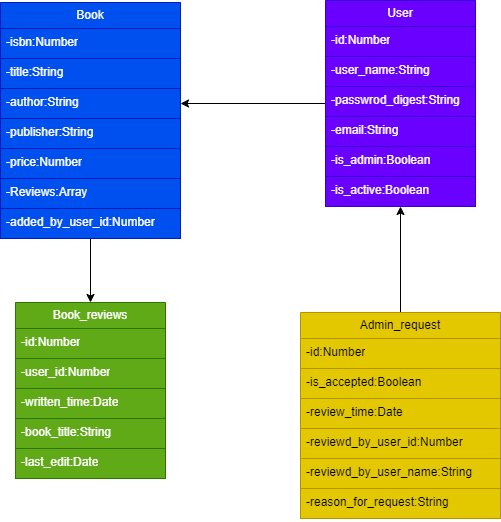
Earlier version of the draw.io export images/Books_Builds_Minds-UML_Diagram.drawio.png (HussainALAradi5/books_builds_minds). Source tidied: cells renumbered, new cells last; positions are measured from the earlier drawing's top-left corner, leaving out a move shared by most shapes.
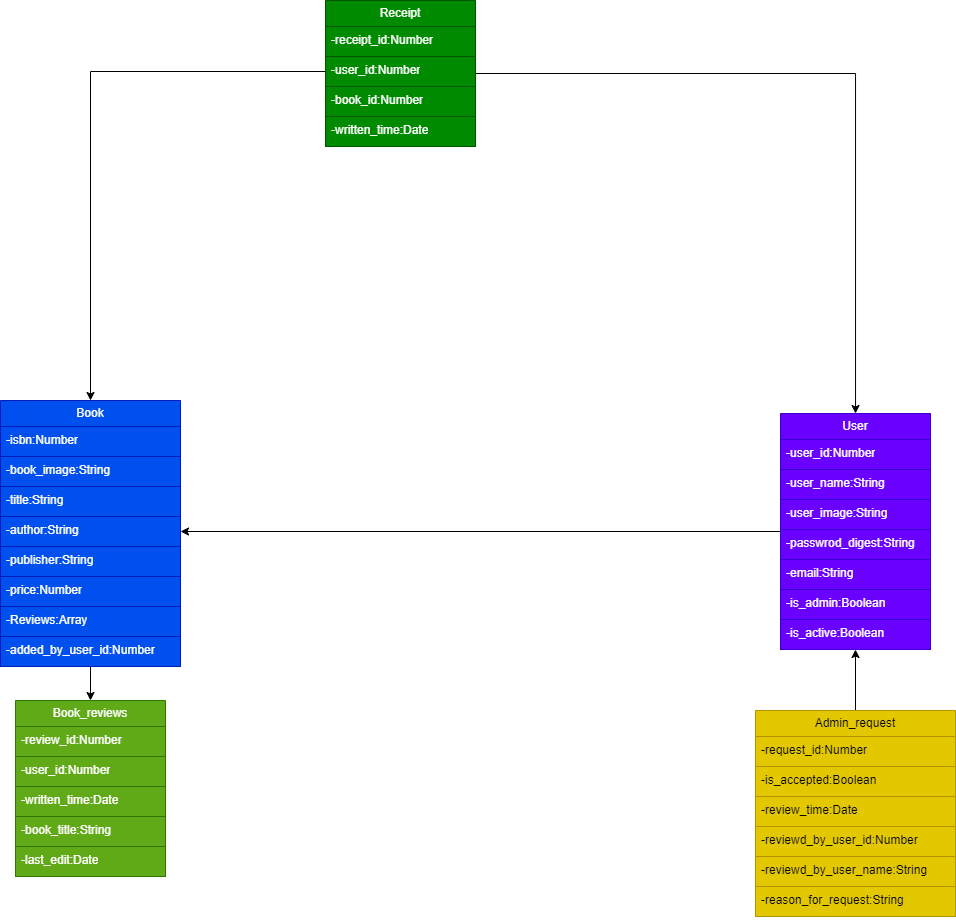
After the change.

Commit message:
some minor changes to the skelton of the server and some minor tweak to the diagrams

Change to the diagram source:
```diff
@@ -6,57 +6,63 @@
       <mxGeometry relative="1" as="geometry" />
     </mxCell>
     <mxCell id="3" value="User" style="swimlane;fontStyle=0;horizontal=1;startSize=26;fillColor=#6a00ff;whiteSpace=wrap;html=1;fontColor=#ffffff;strokeColor=#3700CC;" parent="1" vertex="1">
-      <mxGeometry x="325" width="150" height="206" as="geometry" />
+      <mxGeometry x="780" y="15" width="150" height="236" as="geometry" />
     </mxCell>
-    <mxCell id="4" value="-id:Number" style="text;strokeColor=#3700CC;fillColor=#6a00ff;align=left;verticalAlign=top;spacingLeft=4;spacingRight=4;overflow=hidden;whiteSpace=wrap;html=1;fontColor=#ffffff;" parent="3" vertex="1">
+    <mxCell id="4" value="-user_id:Number" style="text;strokeColor=#3700CC;fillColor=#6a00ff;align=left;verticalAlign=top;spacingLeft=4;spacingRight=4;overflow=hidden;whiteSpace=wrap;html=1;fontColor=#ffffff;" parent="3" vertex="1">
       <mxGeometry y="26" width="150" height="30" as="geometry" />
     </mxCell>
     <mxCell id="5" value="-user_name:String" style="text;strokeColor=#3700CC;fillColor=#6a00ff;align=left;verticalAlign=top;spacingLeft=4;spacingRight=4;overflow=hidden;whiteSpace=wrap;html=1;fontColor=#ffffff;" parent="3" vertex="1">
       <mxGeometry y="56" width="150" height="30" as="geometry" />
     </mxCell>
+    <mxCell id="33" value="-user_image:String" style="text;strokeColor=#3700CC;fillColor=#6a00ff;align=left;verticalAlign=top;spacingLeft=4;spacingRight=4;overflow=hidden;whiteSpace=wrap;html=1;fontColor=#ffffff;" parent="3" vertex="1">
+      <mxGeometry y="86" width="150" height="30" as="geometry" />
+    </mxCell>
     <mxCell id="6" value="-passwrod_digest:String" style="text;strokeColor=#3700CC;fillColor=#6a00ff;align=left;verticalAlign=top;spacingLeft=4;spacingRight=4;overflow=hidden;whiteSpace=wrap;html=1;fontColor=#ffffff;" parent="3" vertex="1">
-      <mxGeometry y="86" width="150" height="30" as="geometry" />
+      <mxGeometry y="116" width="150" height="30" as="geometry" />
     </mxCell>
     <mxCell id="7" value="-email:String" style="text;strokeColor=#3700CC;fillColor=#6a00ff;align=left;verticalAlign=top;spacingLeft=4;spacingRight=4;overflow=hidden;whiteSpace=wrap;html=1;fontColor=#ffffff;" parent="3" vertex="1">
-      <mxGeometry y="116" width="150" height="30" as="geometry" />
+      <mxGeometry y="146" width="150" height="30" as="geometry" />
     </mxCell>
     <mxCell id="8" value="-is_admin:Boolean" style="text;strokeColor=#3700CC;fillColor=#6a00ff;align=left;verticalAlign=top;spacingLeft=4;spacingRight=4;overflow=hidden;whiteSpace=wrap;html=1;fontColor=#ffffff;" parent="3" vertex="1">
-      <mxGeometry y="146" width="150" height="30" as="geometry" />
+      <mxGeometry y="176" width="150" height="30" as="geometry" />
     </mxCell>
     <mxCell id="9" value="-is_active:Boolean" style="text;strokeColor=#3700CC;fillColor=#6a00ff;align=left;verticalAlign=top;spacingLeft=4;spacingRight=4;overflow=hidden;whiteSpace=wrap;html=1;fontColor=#ffffff;" parent="3" vertex="1">
-      <mxGeometry y="176" width="150" height="30" as="geometry" />
+      <mxGeometry y="206" width="150" height="30" as="geometry" />
     </mxCell>
     <mxCell id="10" style="edgeStyle=orthogonalEdgeStyle;rounded=0;jettySize=auto;html=1;entryX=0.5;entryY=0;entryDx=0;entryDy=0;" parent="1" edge="1" source="11" target="19">
       <mxGeometry relative="1" as="geometry" />
     </mxCell>
     <mxCell id="11" value="Book" style="swimlane;fontStyle=0;horizontal=1;startSize=26;fillColor=#0050ef;whiteSpace=wrap;html=1;fontColor=#ffffff;strokeColor=#001DBC;" parent="1" vertex="1">
-      <mxGeometry y="2" width="180" height="236" as="geometry" />
+      <mxGeometry y="2" width="180" height="266" as="geometry" />
     </mxCell>
     <mxCell id="12" value="-isbn:Number" style="text;strokeColor=#001DBC;fillColor=#0050ef;align=left;verticalAlign=top;spacingLeft=4;spacingRight=4;overflow=hidden;whiteSpace=wrap;html=1;fontColor=#ffffff;" parent="11" vertex="1">
       <mxGeometry y="26" width="180" height="30" as="geometry" />
     </mxCell>
+    <mxCell id="34" value="-book_image:String" style="text;strokeColor=#001DBC;fillColor=#0050ef;align=left;verticalAlign=top;spacingLeft=4;spacingRight=4;overflow=hidden;whiteSpace=wrap;html=1;fontColor=#ffffff;" parent="11" vertex="1">
+      <mxGeometry y="56" width="180" height="30" as="geometry" />
+    </mxCell>
     <mxCell id="13" value="-title:String" style="text;strokeColor=#001DBC;fillColor=#0050ef;align=left;verticalAlign=top;spacingLeft=4;spacingRight=4;overflow=hidden;whiteSpace=wrap;html=1;fontColor=#ffffff;" parent="11" vertex="1">
-      <mxGeometry y="56" width="180" height="30" as="geometry" />
+      <mxGeometry y="86" width="180" height="30" as="geometry" />
     </mxCell>
     <mxCell id="14" value="-author:String" style="text;strokeColor=#001DBC;fillColor=#0050ef;align=left;verticalAlign=top;spacingLeft=4;spacingRight=4;overflow=hidden;points=[[0,0.5],[1,0.5]];portConstraint=eastwest;whiteSpace=wrap;html=1;fontColor=#ffffff;" parent="11" vertex="1">
-      <mxGeometry y="86" width="180" height="30" as="geometry" />
+      <mxGeometry y="116" width="180" height="30" as="geometry" />
     </mxCell>
     <mxCell id="15" value="-publisher:String" style="text;strokeColor=#001DBC;fillColor=#0050ef;align=left;verticalAlign=top;spacingLeft=4;spacingRight=4;overflow=hidden;whiteSpace=wrap;html=1;fontColor=#ffffff;" parent="11" vertex="1">
-      <mxGeometry y="116" width="180" height="30" as="geometry" />
+      <mxGeometry y="146" width="180" height="30" as="geometry" />
     </mxCell>
     <mxCell id="16" value="-price:Number" style="text;strokeColor=#001DBC;fillColor=#0050ef;align=left;verticalAlign=top;spacingLeft=4;spacingRight=4;overflow=hidden;whiteSpace=wrap;html=1;fontColor=#ffffff;" parent="11" vertex="1">
-      <mxGeometry y="146" width="180" height="30" as="geometry" />
+      <mxGeometry y="176" width="180" height="30" as="geometry" />
     </mxCell>
     <mxCell id="17" value="-Reviews:Array" style="text;strokeColor=#001DBC;fillColor=#0050ef;align=left;verticalAlign=top;spacingLeft=4;spacingRight=4;overflow=hidden;whiteSpace=wrap;html=1;fontColor=#ffffff;" parent="11" vertex="1">
-      <mxGeometry y="176" width="180" height="30" as="geometry" />
+      <mxGeometry y="206" width="180" height="30" as="geometry" />
     </mxCell>
     <mxCell id="18" value="-added_by_user_id:Number" style="text;strokeColor=#001DBC;fillColor=#0050ef;align=left;verticalAlign=top;spacingLeft=4;spacingRight=4;overflow=hidden;whiteSpace=wrap;html=1;fontColor=#ffffff;" parent="11" vertex="1">
-      <mxGeometry y="206" width="180" height="30" as="geometry" />
+      <mxGeometry y="236" width="180" height="30" as="geometry" />
     </mxCell>
     <mxCell id="19" value="Book_reviews" style="swimlane;fontStyle=0;horizontal=1;startSize=26;fillColor=#60a917;whiteSpace=wrap;html=1;fontColor=#ffffff;strokeColor=#2D7600;" parent="1" vertex="1">
       <mxGeometry x="15" y="302" width="150" height="176" as="geometry" />
     </mxCell>
-    <mxCell id="20" value="-id:Number" style="text;strokeColor=#2D7600;fillColor=#60a917;align=left;verticalAlign=top;spacingLeft=4;spacingRight=4;overflow=hidden;whiteSpace=wrap;html=1;fontColor=#ffffff;" parent="19" vertex="1">
+    <mxCell id="20" value="-review_id:Number" style="text;strokeColor=#2D7600;fillColor=#60a917;align=left;verticalAlign=top;spacingLeft=4;spacingRight=4;overflow=hidden;whiteSpace=wrap;html=1;fontColor=#ffffff;" parent="19" vertex="1">
       <mxGeometry y="26" width="150" height="30" as="geometry" />
     </mxCell>
     <mxCell id="21" value="-user_id:Number" style="text;strokeColor=#2D7600;fillColor=#60a917;align=left;verticalAlign=top;spacingLeft=4;spacingRight=4;overflow=hidden;whiteSpace=wrap;html=1;fontColor=#ffffff;" parent="19" vertex="1">
@@ -75,9 +81,9 @@
       <mxGeometry relative="1" as="geometry" />
     </mxCell>
     <mxCell id="26" value="Admin_request" style="swimlane;fontStyle=0;horizontal=1;startSize=26;fillColor=#e3c800;whiteSpace=wrap;html=1;fontColor=#000000;strokeColor=#B09500;" parent="1" vertex="1">
-      <mxGeometry x="300" y="312" width="200" height="206" as="geometry" />
+      <mxGeometry x="755" y="312" width="200" height="206" as="geometry" />
     </mxCell>
-    <mxCell id="27" value="-id:Number" style="text;strokeColor=#B09500;fillColor=#e3c800;align=left;verticalAlign=top;spacingLeft=4;spacingRight=4;overflow=hidden;whiteSpace=wrap;html=1;fontColor=#000000;" parent="26" vertex="1">
+    <mxCell id="27" value="-request_id:Number" style="text;strokeColor=#B09500;fillColor=#e3c800;align=left;verticalAlign=top;spacingLeft=4;spacingRight=4;overflow=hidden;whiteSpace=wrap;html=1;fontColor=#000000;" parent="26" vertex="1">
       <mxGeometry y="26" width="200" height="30" as="geometry" />
     </mxCell>
     <mxCell id="28" value="-is_accepted:Boolean" style="text;strokeColor=#B09500;fillColor=#e3c800;align=left;verticalAlign=top;spacingLeft=4;spacingRight=4;overflow=hidden;whiteSpace=wrap;html=1;fontColor=#000000;" parent="26" vertex="1">
@@ -95,5 +101,26 @@
     <mxCell id="32" value="-reason_for_request:String" style="text;strokeColor=#B09500;fillColor=#e3c800;align=left;verticalAlign=top;spacingLeft=4;spacingRight=4;overflow=hidden;whiteSpace=wrap;html=1;fontColor=#000000;" parent="26" vertex="1">
       <mxGeometry y="176" width="200" height="30" as="geometry" />
     </mxCell>
+    <mxCell id="35" style="edgeStyle=orthogonalEdgeStyle;rounded=0;jettySize=auto;html=1;" parent="1" edge="1" source="36" target="3">
+      <mxGeometry relative="1" as="geometry" />
+    </mxCell>
+    <mxCell id="36" value="Receipt" style="swimlane;fontStyle=0;horizontal=1;startSize=26;fillColor=#008a00;whiteSpace=wrap;html=1;fontColor=#ffffff;strokeColor=#005700;" parent="1" vertex="1">
+      <mxGeometry x="325" y="-398" width="150" height="146" as="geometry" />
+    </mxCell>
+    <mxCell id="37" value="-receipt_id:Number" style="text;strokeColor=#005700;fillColor=#008a00;align=left;verticalAlign=top;spacingLeft=4;spacingRight=4;overflow=hidden;whiteSpace=wrap;html=1;fontColor=#ffffff;" parent="36" vertex="1">
+      <mxGeometry y="26" width="150" height="30" as="geometry" />
+    </mxCell>
+    <mxCell id="38" value="-user_id:Number" style="text;strokeColor=#005700;fillColor=#008a00;align=left;verticalAlign=top;spacingLeft=4;spacingRight=4;overflow=hidden;points=[[0,0.5],[1,0.5]];portConstraint=eastwest;whiteSpace=wrap;html=1;fontColor=#ffffff;" parent="36" vertex="1">
+      <mxGeometry y="56" width="150" height="30" as="geometry" />
+    </mxCell>
+    <mxCell id="39" value="-book_id:Number" style="text;strokeColor=#005700;fillColor=#008a00;align=left;verticalAlign=top;spacingLeft=4;spacingRight=4;overflow=hidden;whiteSpace=wrap;html=1;fontColor=#ffffff;" parent="36" vertex="1">
+      <mxGeometry y="86" width="150" height="30" as="geometry" />
+    </mxCell>
+    <mxCell id="40" value="-written_time:Date" style="text;strokeColor=#005700;fillColor=#008a00;align=left;verticalAlign=top;spacingLeft=4;spacingRight=4;overflow=hidden;whiteSpace=wrap;html=1;fontColor=#ffffff;" parent="36" vertex="1">
+      <mxGeometry y="116" width="150" height="30" as="geometry" />
+    </mxCell>
+    <mxCell id="41" style="edgeStyle=orthogonalEdgeStyle;rounded=0;jettySize=auto;html=1;entryX=0.5;entryY=0;entryDx=0;entryDy=0;" parent="1" edge="1" source="38" target="11">
+      <mxGeometry relative="1" as="geometry" />
+    </mxCell>
   </root>
 </mxGraphModel>
```
